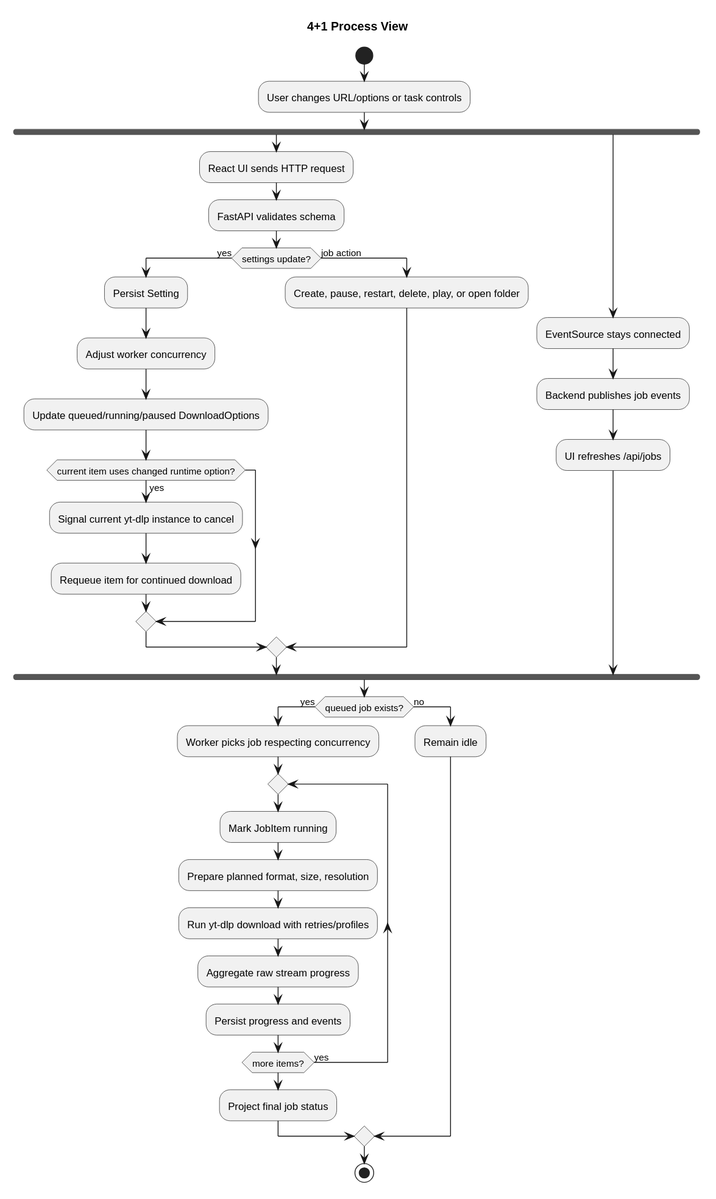
This is docs/assets/diagrams/four-plus-one-process-view.svg from hnucjx/Design-and-Implementation-of-Database-Watermarking-Algorithms-Resistant-to-Brute-Force-Attacks., a PlantUML export, as it was before one commit.
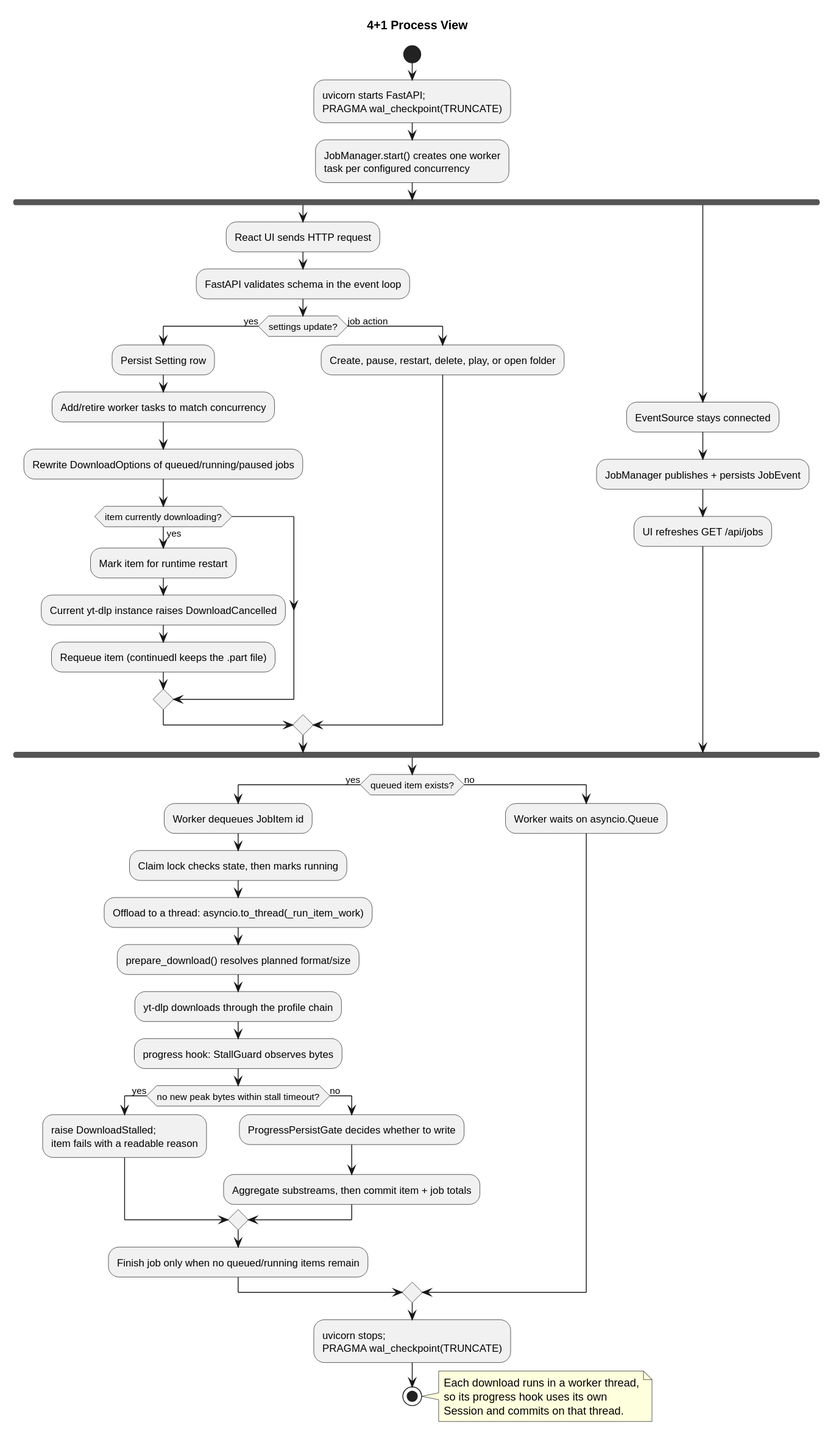
After the commit.

Change to the diagram source:
```diff
@@ -3,40 +3,52 @@
 skinparam shadowing false
 
 start
-:User changes URL/options or task controls;
+:uvicorn starts FastAPI;\nPRAGMA wal_checkpoint(TRUNCATE);
+:JobManager.start() creates one worker\ntask per configured concurrency;
 fork
   :React UI sends HTTP request;
-  :FastAPI validates schema;
+  :FastAPI validates schema in the event loop;
   if (settings update?) then (yes)
-    :Persist Setting;
-    :Adjust worker concurrency;
-    :Update queued/running/paused DownloadOptions;
-    if (current item uses changed runtime option?) then (yes)
-      :Signal current yt-dlp instance to cancel;
-      :Requeue item for continued download;
+    :Persist Setting row;
+    :Add/retire worker tasks to match concurrency;
+    :Rewrite DownloadOptions of queued/running/paused jobs;
+    if (item currently downloading?) then (yes)
+      :Mark item for runtime restart;
+      :Current yt-dlp instance raises DownloadCancelled;
+      :Requeue item (continuedl keeps the .part file);
     endif
   else (job action)
     :Create, pause, restart, delete, play, or open folder;
   endif
 fork again
   :EventSource stays connected;
-  :Backend publishes job events;
-  :UI refreshes /api/jobs;
+  :JobManager publishes + persists JobEvent;
+  :UI refreshes GET /api/jobs;
 end fork
 
-if (queued job exists?) then (yes)
-  :Worker picks job respecting concurrency;
-  repeat
-    :Mark JobItem running;
-    :Prepare planned format, size, resolution;
-    :Run yt-dlp download with retries/profiles;
-    :Aggregate raw stream progress;
-    :Persist progress and events;
-  repeat while (more items?) is (yes)
-  :Project final job status;
+if (queued item exists?) then (yes)
+  :Worker dequeues JobItem id;
+  :Claim lock checks state, then marks running;
+  :Offload to a thread: asyncio.to_thread(_run_item_work);
+  :prepare_download() resolves planned format/size;
+  :yt-dlp downloads through the profile chain;
+  :progress hook: StallGuard observes bytes;
+  if (no new peak bytes within stall timeout?) then (yes)
+    :raise DownloadStalled;\nitem fails with a readable reason;
+  else (no)
+    :ProgressPersistGate decides whether to write;
+    :Aggregate substreams, then commit item + job totals;
+  endif
+  :Finish job only when no queued/running items remain;
 else (no)
-  :Remain idle;
+  :Worker waits on asyncio.Queue;
 endif
+:uvicorn stops;\nPRAGMA wal_checkpoint(TRUNCATE);
+stop
 
-stop
+note right
+Each download runs in a worker thread,
+so its progress hook uses its own
+Session and commits on that thread.
+end note
 @enduml
```
